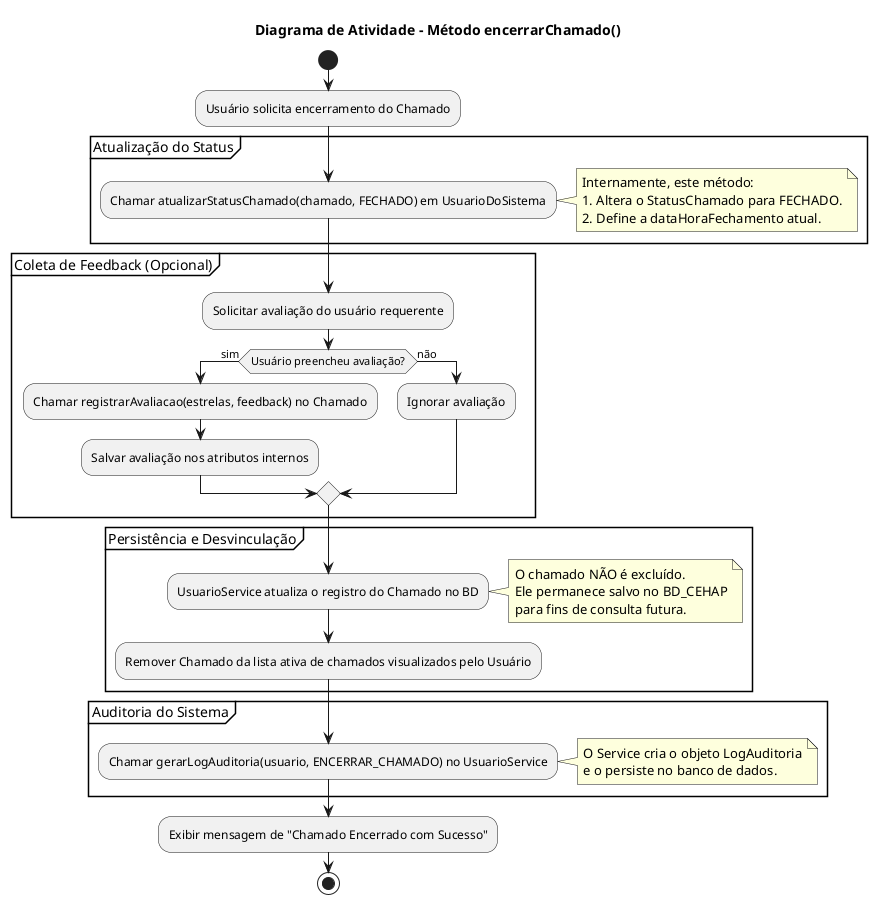
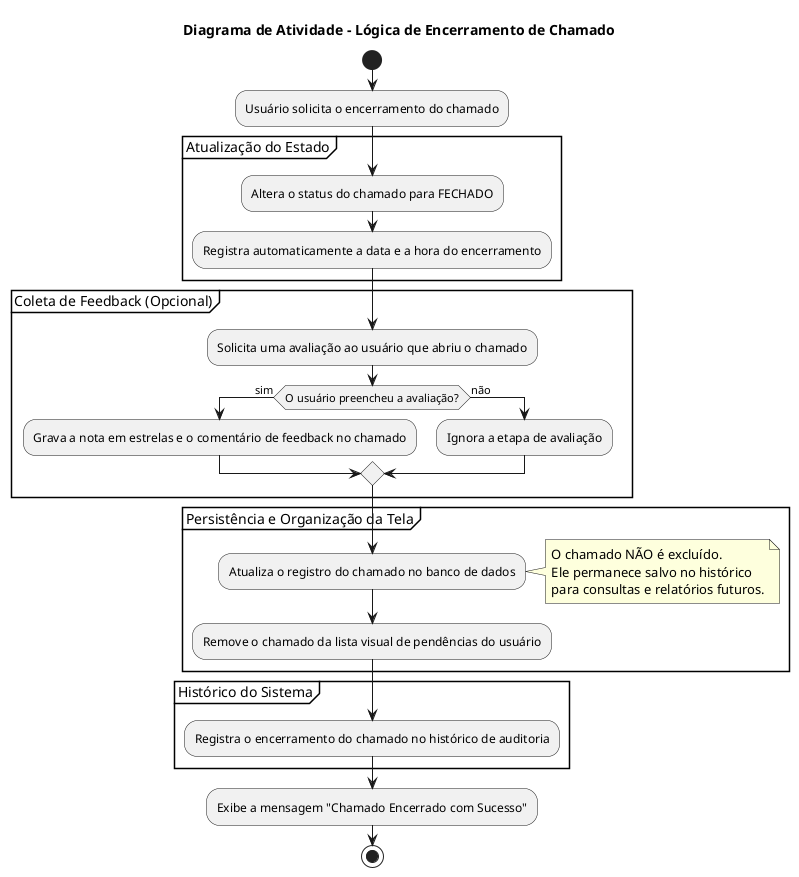
@startuml
- title Diagrama de Atividade - Método encerrarChamado()
+ title Diagrama de Atividade - Lógica de Encerramento de Chamado

start

- :Usuário solicita encerramento do Chamado;
+ :Usuário solicita o encerramento do chamado;

- partition "Atualização do Status" {
-   :Chamar atualizarStatusChamado(chamado, FECHADO) em UsuarioDoSistema;
-   note right
-     Internamente, este método:
-     1. Altera o StatusChamado para FECHADO.
-     2. Define a dataHoraFechamento atual.
-   end note
+ partition "Atualização do Estado" {
+   :Altera o status do chamado para FECHADO;
+   :Registra automaticamente a data e a hora do encerramento;
}

partition "Coleta de Feedback (Opcional)" {
-   :Solicitar avaliação do usuário requerente;
-   if (Usuário preencheu avaliação?) then (sim)
-     :Chamar registrarAvaliacao(estrelas, feedback) no Chamado;
-     :Salvar avaliação nos atributos internos;
+   :Solicita uma avaliação ao usuário que abriu o chamado;
+   if (O usuário preencheu a avaliação?) then (sim)
+     :Grava a nota em estrelas e o comentário de feedback no chamado;
  else (não)
-     :Ignorar avaliação;
+     :Ignora a etapa de avaliação;
  endif
}

- partition "Persistência e Desvinculação" {
-   :UsuarioService atualiza o registro do Chamado no BD;
+ partition "Persistência e Organização da Tela" {
+   :Atualiza o registro do chamado no banco de dados;
  note right
    O chamado NÃO é excluído.
-     Ele permanece salvo no BD_CEHAP
-     para fins de consulta futura.
+     Ele permanece salvo no histórico
+     para consultas e relatórios futuros.
  end note

-   :Remover Chamado da lista ativa de chamados visualizados pelo Usuário;
+   :Remove o chamado da lista visual de pendências do usuário;
}

- partition "Auditoria do Sistema" {
-   :Chamar gerarLogAuditoria(usuario, ENCERRAR_CHAMADO) no UsuarioService;
-   note right
-     O Service cria o objeto LogAuditoria
-     e o persiste no banco de dados.
-   end note
+ partition "Histórico do Sistema" {
+   :Registra o encerramento do chamado no histórico de auditoria;
}

- :Exibir mensagem de "Chamado Encerrado com Sucesso";
+ :Exibe a mensagem "Chamado Encerrado com Sucesso";

stop
@enduml